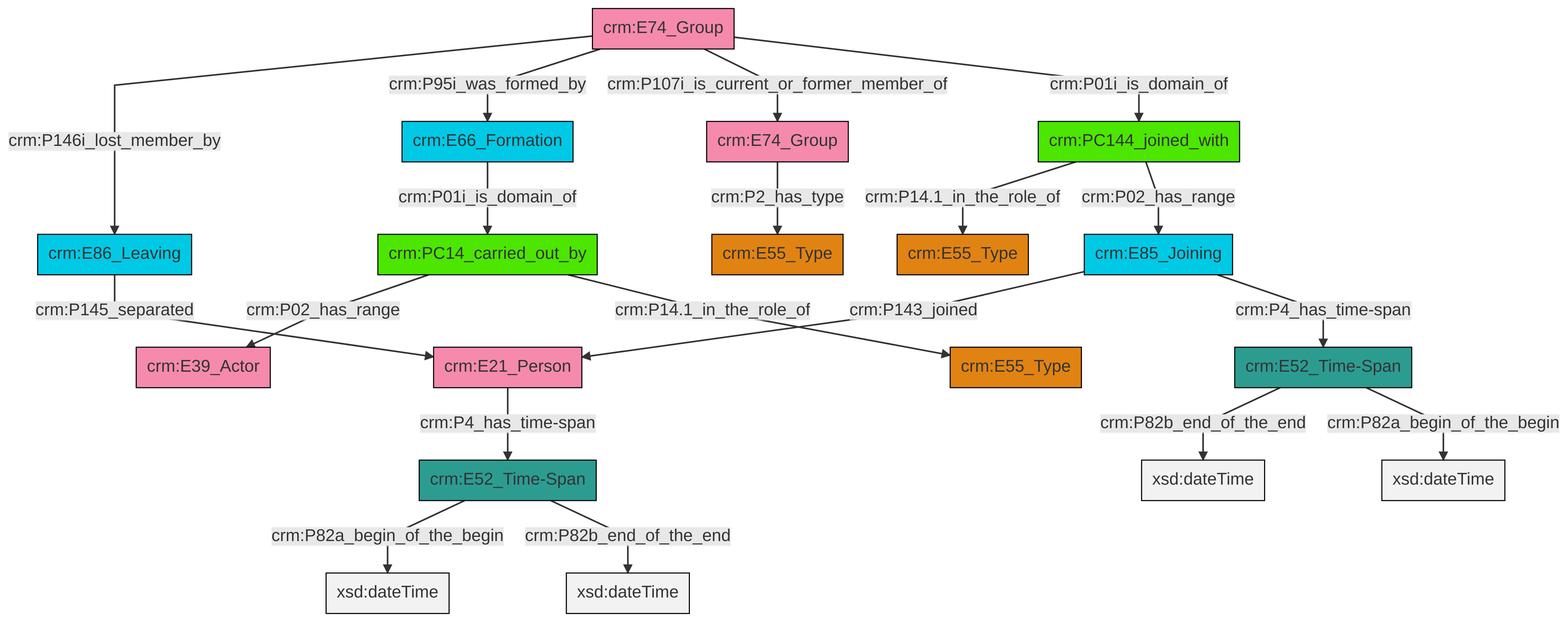
Before: et/groupCSV/ttl/mmd/png/group_actor_relations.png, a diagram exported from Mermaid (swiss-art-research-net/docs.swissartresearch). Its source is kept beside it as et/groupCSV/ttl/mmd/group_actor_relations.ttl.mmd.
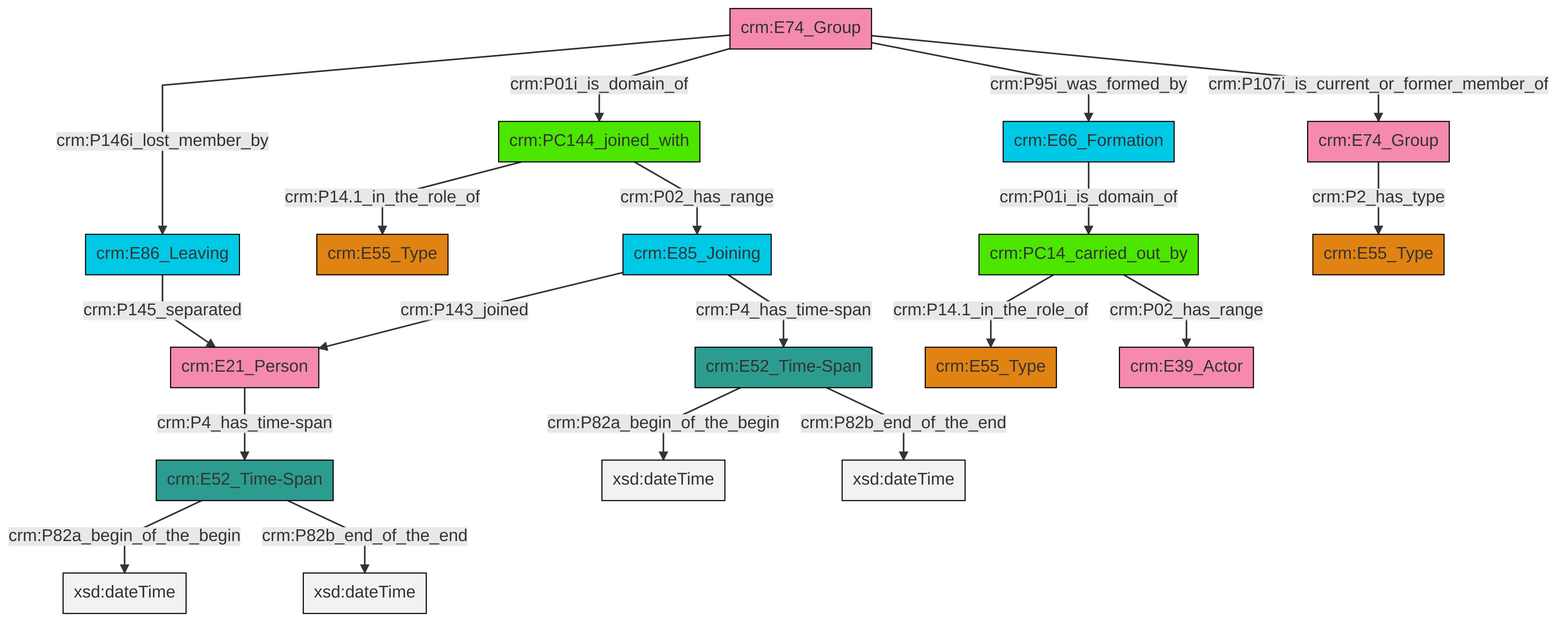
The same diagram one commit later.

What changed in the source:
```diff
@@ -13,21 +13,21 @@
 classDef PC_Classes fill:#4ce600, stroke:#000000;
 classDef Multi fill:#cccccc,stroke:#000000;
 
-0["crm:E74_Group"]:::Actor -->|crm:P146i_lost_member_by| 1["crm:E86_Leaving"]:::Temporal_Entity
-1["crm:E86_Leaving"]:::Temporal_Entity -->|crm:P145_separated| 2["crm:E21_Person"]:::Actor
-3["crm:E85_Joining"]:::Temporal_Entity -->|crm:P143_joined| 2["crm:E21_Person"]:::Actor
-4["crm:PC14_carried_out_by"]:::PC_Classes -->|crm:P02_has_range| 5["crm:E39_Actor"]:::Actor
-11["crm:E74_Group"]:::Actor -->|crm:P2_has_type| 12["crm:E55_Type"]:::Type
-2["crm:E21_Person"]:::Actor -->|crm:P4_has_time-span| 13["crm:E52_Time-Span"]:::Time-Span
-0["crm:E74_Group"]:::Actor -->|crm:P95i_was_formed_by| 14["crm:E66_Formation"]:::Temporal_Entity
-0["crm:E74_Group"]:::Actor -->|crm:P107i_is_current_or_former_member_of| 11["crm:E74_Group"]:::Actor
-17["crm:PC144_joined_with"]:::PC_Classes -->|crm:P14.1_in_the_role_of| 7["crm:E55_Type"]:::Type
-24["crm:E52_Time-Span"]:::Time-Span -->|crm:P82b_end_of_the_end| 25[xsd:dateTime]:::Literal
-0["crm:E74_Group"]:::Actor -->|crm:P01i_is_domain_of| 17["crm:PC144_joined_with"]:::PC_Classes
-4["crm:PC14_carried_out_by"]:::PC_Classes -->|crm:P14.1_in_the_role_of| 9["crm:E55_Type"]:::Type
-13["crm:E52_Time-Span"]:::Time-Span -->|crm:P82a_begin_of_the_begin| 26[xsd:dateTime]:::Literal
-3["crm:E85_Joining"]:::Temporal_Entity -->|crm:P4_has_time-span| 24["crm:E52_Time-Span"]:::Time-Span
-13["crm:E52_Time-Span"]:::Time-Span -->|crm:P82b_end_of_the_end| 29[xsd:dateTime]:::Literal
-17["crm:PC144_joined_with"]:::PC_Classes -->|crm:P02_has_range| 3["crm:E85_Joining"]:::Temporal_Entity
-14["crm:E66_Formation"]:::Temporal_Entity -->|crm:P01i_is_domain_of| 4["crm:PC14_carried_out_by"]:::PC_Classes
-24["crm:E52_Time-Span"]:::Time-Span -->|crm:P82a_begin_of_the_begin| 33[xsd:dateTime]:::Literal
+0["crm:PC144_joined_with"]:::PC_Classes -->|crm:P02_has_range| 1["crm:E85_Joining"]:::Temporal_Entity
+5["crm:E52_Time-Span"]:::Time-Span -->|crm:P82a_begin_of_the_begin| 7[xsd:dateTime]:::Literal
+10["crm:E21_Person"]:::Actor -->|crm:P4_has_time-span| 5["crm:E52_Time-Span"]:::Time-Span
+11["crm:E86_Leaving"]:::Temporal_Entity -->|crm:P145_separated| 10["crm:E21_Person"]:::Actor
+17["crm:E74_Group"]:::Actor -->|crm:P95i_was_formed_by| 3["crm:E66_Formation"]:::Temporal_Entity
+17["crm:E74_Group"]:::Actor -->|crm:P01i_is_domain_of| 0["crm:PC144_joined_with"]:::PC_Classes
+19["crm:PC14_carried_out_by"]:::PC_Classes -->|crm:P02_has_range| 20["crm:E39_Actor"]:::Actor
+1["crm:E85_Joining"]:::Temporal_Entity -->|crm:P143_joined| 10["crm:E21_Person"]:::Actor
+1["crm:E85_Joining"]:::Temporal_Entity -->|crm:P4_has_time-span| 13["crm:E52_Time-Span"]:::Time-Span
+3["crm:E66_Formation"]:::Temporal_Entity -->|crm:P01i_is_domain_of| 19["crm:PC14_carried_out_by"]:::PC_Classes
+23["crm:E74_Group"]:::Actor -->|crm:P2_has_type| 24["crm:E55_Type"]:::Type
+19["crm:PC14_carried_out_by"]:::PC_Classes -->|crm:P14.1_in_the_role_of| 15["crm:E55_Type"]:::Type
+17["crm:E74_Group"]:::Actor -->|crm:P146i_lost_member_by| 11["crm:E86_Leaving"]:::Temporal_Entity
+5["crm:E52_Time-Span"]:::Time-Span -->|crm:P82b_end_of_the_end| 27[xsd:dateTime]:::Literal
+17["crm:E74_Group"]:::Actor -->|crm:P107i_is_current_or_former_member_of| 23["crm:E74_Group"]:::Actor
+0["crm:PC144_joined_with"]:::PC_Classes -->|crm:P14.1_in_the_role_of| 8["crm:E55_Type"]:::Type
+13["crm:E52_Time-Span"]:::Time-Span -->|crm:P82a_begin_of_the_begin| 32[xsd:dateTime]:::Literal
+13["crm:E52_Time-Span"]:::Time-Span -->|crm:P82b_end_of_the_end| 33[xsd:dateTime]:::Literal
```
